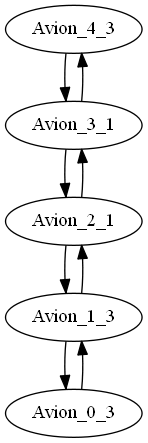
Above: Proyectos/Proyecto2_201504482/archivo_avion_servicio.png in jimzi94/Tareas (Graphviz), before the change. Its source is kept beside it as Proyectos/Proyecto2_201504482/archivo_avion_servicio.dot.
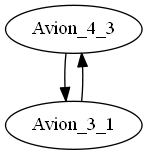
The same file after the commit.

What changed in the source:
```diff
@@ -1,9 +1,3 @@
 digraph {Avion_4_3->Avion_3_1
 Avion_3_1->Avion_4_3
-Avion_3_1->Avion_2_1
-Avion_2_1->Avion_3_1
-Avion_2_1->Avion_1_3
-Avion_1_3->Avion_2_1
-Avion_1_3->Avion_0_3
-Avion_0_3->Avion_1_3
-Avion_0_3}
+Avion_3_1}
```
